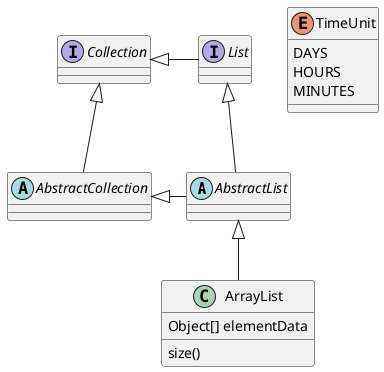
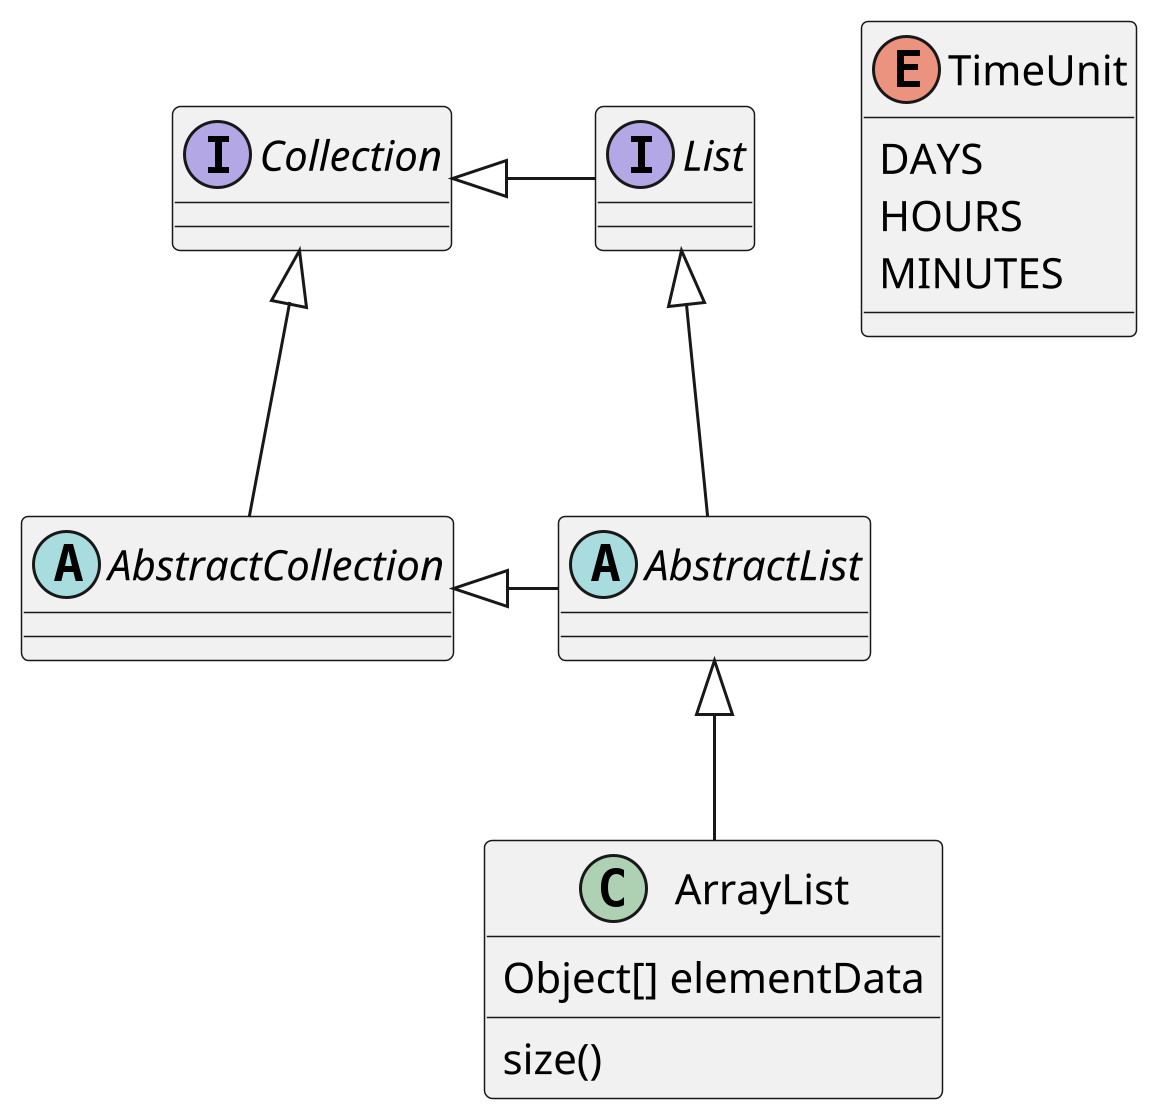
@startuml
'https://plantuml.com/class-diagram

+ scale 3
abstract class AbstractList
abstract AbstractCollection
interface List
interface Collection

List <|-- AbstractList
Collection <|-- AbstractCollection

Collection <|- List
AbstractCollection <|- AbstractList
AbstractList <|-- ArrayList

class ArrayList {
Object[] elementData
size()
}

enum TimeUnit {
DAYS
HOURS
MINUTES
}

@enduml